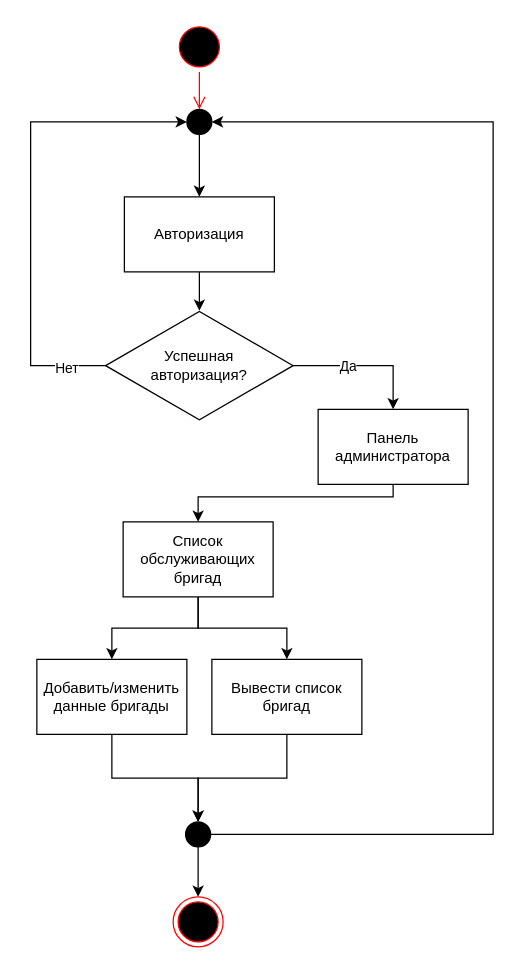
This is page "Админ_прсм_изм_бригад" (5 of 6) of Диаграммы_drawio/Сценарии_использования.drawio from CCF2P/Backend, a draw.io file, before an edit. Source tidied: cells renumbered, new cells numbered last; positions are measured from the earlier drawing's top-left corner, leaving out a move shared by most shapes. Both pictures are drawn from the tidied source at 125%, with x=0, y=0 at pixel (30, 21).
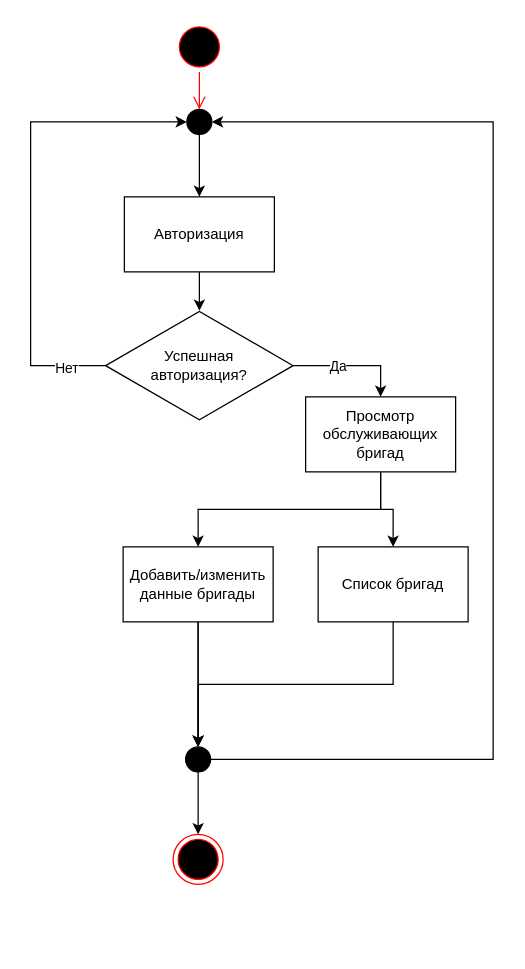
After the change.

The change refers to these unchanged cells:
```xml
<mxCell id="17" value="Успешная&lt;br&gt;авторизация?" style="html=1;whiteSpace=wrap;shape=isoRectangle;" parent="1" vertex="1">
  <mxGeometry x="60" y="230" width="150" height="90" as="geometry" />
</mxCell>
<mxCell id="19" style="ellipse;fillColor=strokeColor;html=1;" parent="1" vertex="1">
  <mxGeometry x="125" y="70" width="20" height="20" as="geometry" />
</mxCell>
```

The edit, as a diff of the source:
```diff
@@
-    <mxCell id="3" style="edgeStyle=orthogonalEdgeStyle;rounded=0;jettySize=auto;html=1;exitX=0.5;exitY=1;exitDx=0;exitDy=0;entryX=0.5;entryY=0;entryDx=0;entryDy=0;" parent="1" edge="1" source="25">
-      <mxGeometry relative="1" as="geometry">
-        <mxPoint x="65" y="570" as="targetPoint" />
-      </mxGeometry>
+    <mxCell id="3" style="edgeStyle=orthogonalEdgeStyle;rounded=0;jettySize=auto;html=1;exitX=0.5;exitY=1;exitDx=0;exitDy=0;entryX=0.5;entryY=0;entryDx=0;entryDy=0;" parent="1" edge="1" source="25" target="23">
+      <mxGeometry relative="1" as="geometry" />
     </mxCell>
-    <mxCell id="4" value="Список обслуживающих бригад" style="rounded=0;whiteSpace=wrap;html=1;" parent="1" vertex="1">
-      <mxGeometry x="74" y="400" width="120" height="60" as="geometry" />
+    <mxCell id="4" value="Просмотр обслуживающих бригад" style="rounded=0;whiteSpace=wrap;html=1;" parent="1" vertex="1">
+      <mxGeometry x="220" y="300" width="120" height="60" as="geometry" />
     </mxCell>
     <mxCell id="5" style="edgeStyle=orthogonalEdgeStyle;rounded=0;jettySize=auto;html=1;exitX=0.5;exitY=1;exitDx=0;exitDy=0;entryX=0.5;entryY=0;entryDx=0;entryDy=0;" parent="1" edge="1" source="6" target="23">
-      <mxGeometry relative="1" as="geometry" />
+      <mxGeometry relative="1" as="geometry">
+        <Array as="points">
+          <mxPoint x="290" y="530" />
+          <mxPoint x="134" y="530" />
+        </Array>
+      </mxGeometry>
     </mxCell>
-    <mxCell id="6" value="Вывести список бригад" style="rounded=0;whiteSpace=wrap;html=1;" parent="1" vertex="1">
-      <mxGeometry x="145" y="510" width="120" height="60" as="geometry" />
+    <mxCell id="6" value="Список бригад" style="rounded=0;whiteSpace=wrap;html=1;" parent="1" vertex="1">
+      <mxGeometry x="230" y="420" width="120" height="60" as="geometry" />
     </mxCell>
@@
-    <mxCell id="10" style="edgeStyle=orthogonalEdgeStyle;rounded=0;jettySize=auto;html=1;exitX=0.5;exitY=1;exitDx=0;exitDy=0;entryX=0.5;entryY=0;entryDx=0;entryDy=0;" parent="1" edge="1" source="11" target="4">
-      <mxGeometry relative="1" as="geometry">
-        <Array as="points">
-          <mxPoint x="290" y="380" />
-          <mxPoint x="134" y="380" />
-        </Array>
-      </mxGeometry>
-    </mxCell>
-    <mxCell id="11" value="Панель администратора" style="rounded=0;whiteSpace=wrap;html=1;" parent="1" vertex="1">
-      <mxGeometry x="230" y="310" width="120" height="60" as="geometry" />
-    </mxCell>
@@
-    <mxCell id="15" style="edgeStyle=orthogonalEdgeStyle;rounded=0;jettySize=auto;html=1;entryX=0.5;entryY=0;entryDx=0;entryDy=0;" parent="1" edge="1" source="17" target="11">
+    <mxCell id="15" style="edgeStyle=orthogonalEdgeStyle;rounded=0;jettySize=auto;html=1;entryX=0.5;entryY=0;entryDx=0;entryDy=0;" parent="1" edge="1" source="17" target="4">
       <mxGeometry relative="1" as="geometry" />
     </mxCell>
@@
     <mxCell id="21" style="edgeStyle=orthogonalEdgeStyle;rounded=0;jettySize=auto;html=1;exitX=1;exitY=0.5;exitDx=0;exitDy=0;entryX=1;entryY=0.5;entryDx=0;entryDy=0;" parent="1" edge="1" source="23" target="19">
       <mxGeometry relative="1" as="geometry">
         <Array as="points">
-          <mxPoint x="370" y="650" />
+          <mxPoint x="370" y="590" />
           <mxPoint x="370" y="80" />
         </Array>
       </mxGeometry>
     </mxCell>
@@
     <mxCell id="23" style="ellipse;fillColor=strokeColor;html=1;" parent="1" vertex="1">
-      <mxGeometry x="124" y="640" width="20" height="20" as="geometry" />
+      <mxGeometry x="124" y="580" width="20" height="20" as="geometry" />
     </mxCell>
@@
     <mxCell id="25" value="Добавить/изменить данные бригады" style="rounded=0;whiteSpace=wrap;html=1;" parent="1" vertex="1">
-      <mxGeometry x="5" y="510" width="120" height="60" as="geometry" />
+      <mxGeometry x="74" y="420" width="120" height="60" as="geometry" />
     </mxCell>
     <mxCell id="26" style="ellipse;html=1;shape=endState;fillColor=#000000;strokeColor=#ff0000;" parent="1" vertex="1">
-      <mxGeometry x="114" y="700" width="40" height="40" as="geometry" />
+      <mxGeometry x="114" y="650" width="40" height="40" as="geometry" />
     </mxCell>
```
